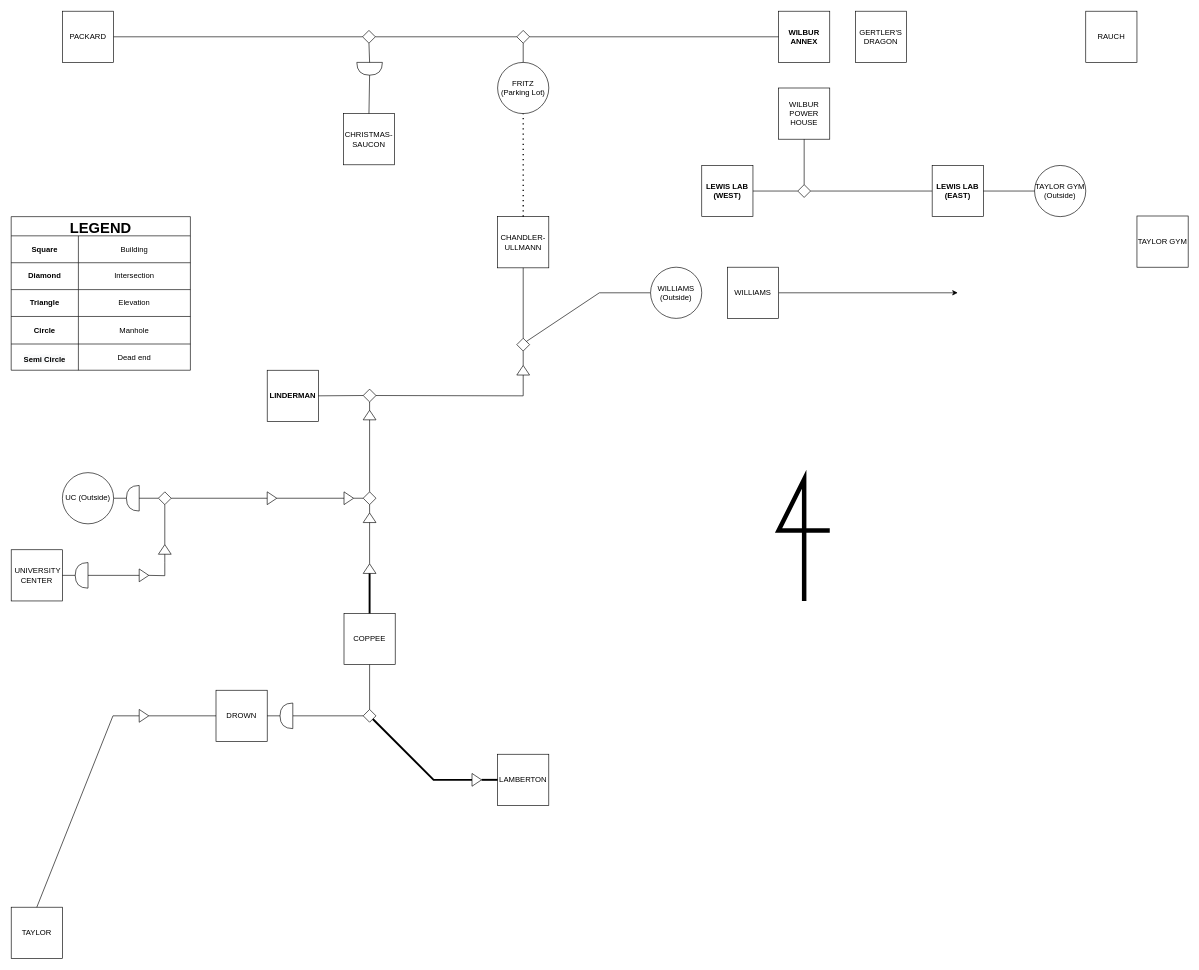
Earlier version of the draw.io diagram diagram.drawio (shun-ueda/lehigh-stream-tunnel). Source tidied: cells renumbered, new cells numbered last; positions are measured from the earlier drawing's top-left corner, leaving out a move shared by most shapes. Both pictures are drawn from the tidied source at 64%, with x=0, y=0 at pixel (11, 11).
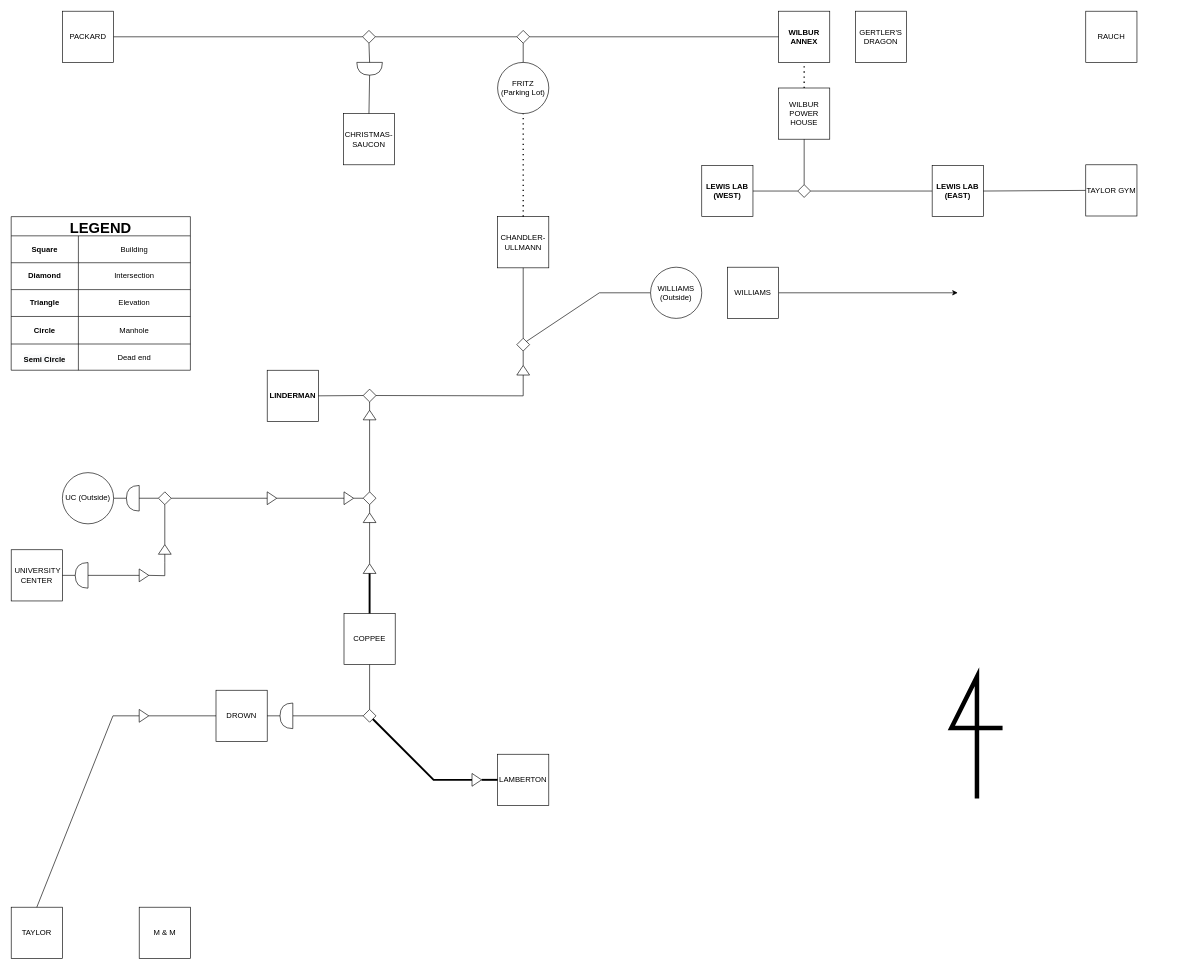
The same diagram, later.

The change refers to these unchanged cells:
```xml
<mxCell id="67" value="WILBUR ANNEX" style="rounded=0;whiteSpace=wrap;html=1;fontStyle=1;" parent="1" vertex="1">
  <mxGeometry x="1199" width="80" height="80" as="geometry" />
</mxCell>
<mxCell id="86" value="&lt;span style=&quot;font-weight: normal;&quot;&gt;WILBUR POWER HOUSE&lt;/span&gt;" style="rounded=0;whiteSpace=wrap;html=1;fontStyle=1;" parent="1" vertex="1">
  <mxGeometry x="1199" y="120" width="80" height="80" as="geometry" />
</mxCell>
<mxCell id="87" value="LEWIS LAB (EAST)" style="rounded=0;whiteSpace=wrap;html=1;fontStyle=1;" parent="1" vertex="1">
  <mxGeometry x="1439" y="241" width="80" height="80" as="geometry" />
</mxCell>
```

Change to the diagram source:
```diff
@@
     <mxCell id="81" style="endArrow=none;html=1;rounded=0;fontSize=70;strokeWidth=7;" parent="1" edge="1">
       <mxGeometry relative="1" as="geometry">
-        <mxPoint x="1239" y="921.5" as="sourcePoint" />
-        <mxPoint x="1279" y="811.5" as="targetPoint" />
+        <mxPoint x="1509" y="1230" as="sourcePoint" />
+        <mxPoint x="1549" y="1120" as="targetPoint" />
         <Array as="points">
-          <mxPoint x="1239" y="731.5" />
-          <mxPoint x="1199" y="811.5" />
+          <mxPoint x="1509" y="1040" />
+          <mxPoint x="1469" y="1120" />
         </Array>
       </mxGeometry>
     </mxCell>
@@
-    <mxCell id="94" value="TAYLOR GYM&lt;br&gt;(Outside)" style="ellipse;whiteSpace=wrap;html=1;" parent="1" vertex="1">
-      <mxGeometry x="1599" y="241" width="80" height="80" as="geometry" />
-    </mxCell>
-    <mxCell id="95" style="endArrow=none;html=1;rounded=0;exitX=1;exitY=0.5;exitDx=0;exitDy=0;entryX=0;entryY=0.5;entryDx=0;entryDy=0;" parent="1" edge="1" source="87" target="94">
+    <mxCell id="95" style="endArrow=none;html=1;rounded=0;exitX=1;exitY=0.5;exitDx=0;exitDy=0;entryX=0;entryY=0.5;entryDx=0;entryDy=0;" parent="1" edge="1" source="87" target="99">
       <mxGeometry relative="1" as="geometry" />
     </mxCell>
@@
     <mxCell id="99" value="&lt;span style=&quot;font-weight: normal;&quot;&gt;TAYLOR GYM&lt;/span&gt;" style="rounded=0;whiteSpace=wrap;html=1;fontStyle=1;" parent="1" vertex="1">
-      <mxGeometry x="1759" y="320" width="80" height="80" as="geometry" />
+      <mxGeometry x="1679" y="240" width="80" height="80" as="geometry" />
     </mxCell>
+    <mxCell id="100" style="endArrow=none;dashed=1;html=1;dashPattern=1 3;strokeWidth=2;rounded=0;entryX=0.5;entryY=1;entryDx=0;entryDy=0;exitX=0.5;exitY=0;exitDx=0;exitDy=0;" parent="1" edge="1" source="86" target="67">
+      <mxGeometry relative="1" as="geometry" />
+    </mxCell>
+    <mxCell id="101" value="M &amp;amp; M" style="rounded=0;whiteSpace=wrap;html=1;" parent="1" vertex="1">
+      <mxGeometry x="200" y="1400" width="80" height="80" as="geometry" />
+    </mxCell>
```
